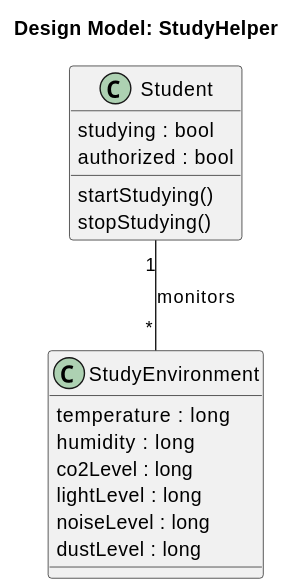
Above: Documentation/Analysis/StudyHelper.design.svg in SEP4Real/SEP4 (PlantUML), before the change.
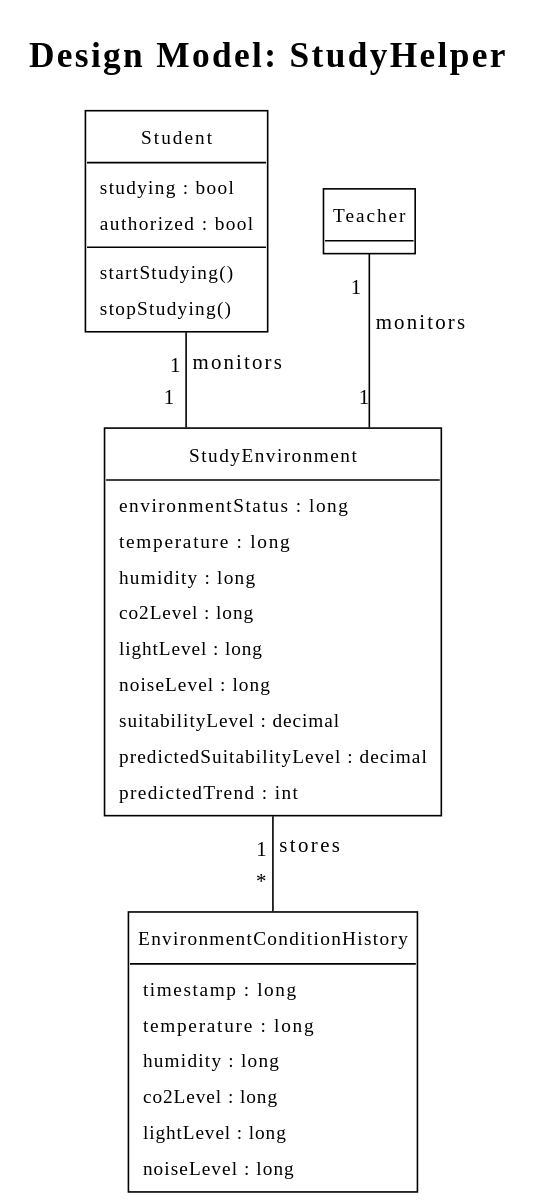
Above is the later version.

Diff of the diagram source:
```diff
@@ -1,18 +1,34 @@
 @startuml
 title Design Model: StudyHelper
+!include https://raw.githubusercontent.com/fredoslav2004/MinimalThemePUML/refs/heads/main/minimal-theme.puml
 class Student {
   studying : bool
   authorized : bool
   startStudying()
   stopStudying()
 }
+class Teacher {
+}
 class StudyEnvironment {
+  environmentStatus : long
   temperature : long
   humidity : long
   co2Level : long
   lightLevel : long
   noiseLevel : long
-  dustLevel : long
+  suitabilityLevel : decimal
+  predictedSuitabilityLevel : decimal
+  predictedTrend : int
 }
-Student "1" -- "*" StudyEnvironment : monitors
+class EnvironmentConditionHistory {
+  timestamp : long
+  temperature : long
+  humidity : long
+  co2Level : long
+  lightLevel : long
+  noiseLevel : long
+}
+Student "1" -- "1" StudyEnvironment : monitors
+Teacher "1" -- "1" StudyEnvironment : monitors
+StudyEnvironment "1" -- "*" EnvironmentConditionHistory : stores
 @enduml
```
